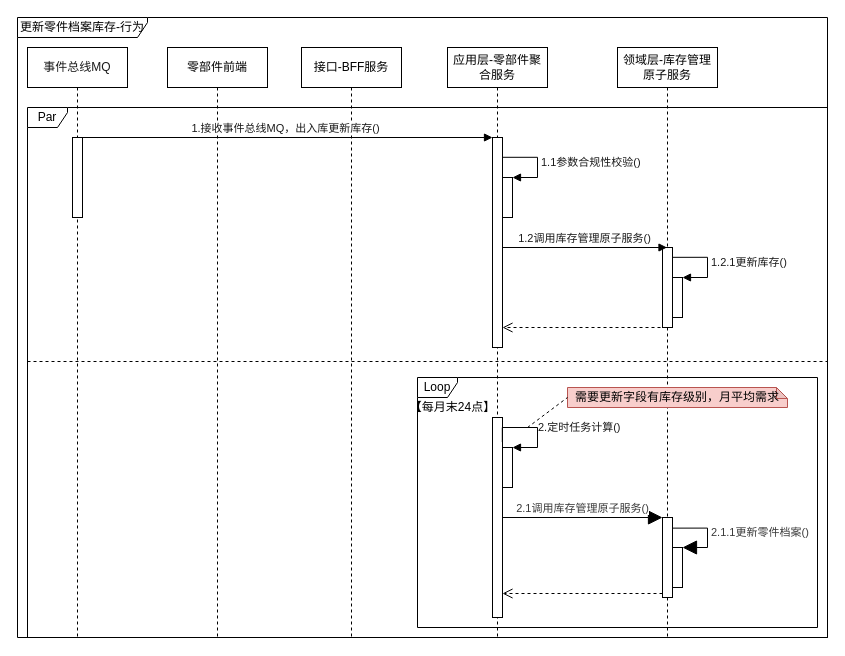
1132489442/gitRepository1 keeps this draw.io diagram as page "更新库存-行为" (3 of 6) of 库存管理-零件档案管理.drawio. Above is the earlier version. Source tidied: cells renumbered, new cells numbered last; positions are measured from the earlier drawing's top-left corner, leaving out a move shared by most shapes. Both pictures are drawn from the tidied source at 100%, with x=0, y=0 at pixel (17, 17).
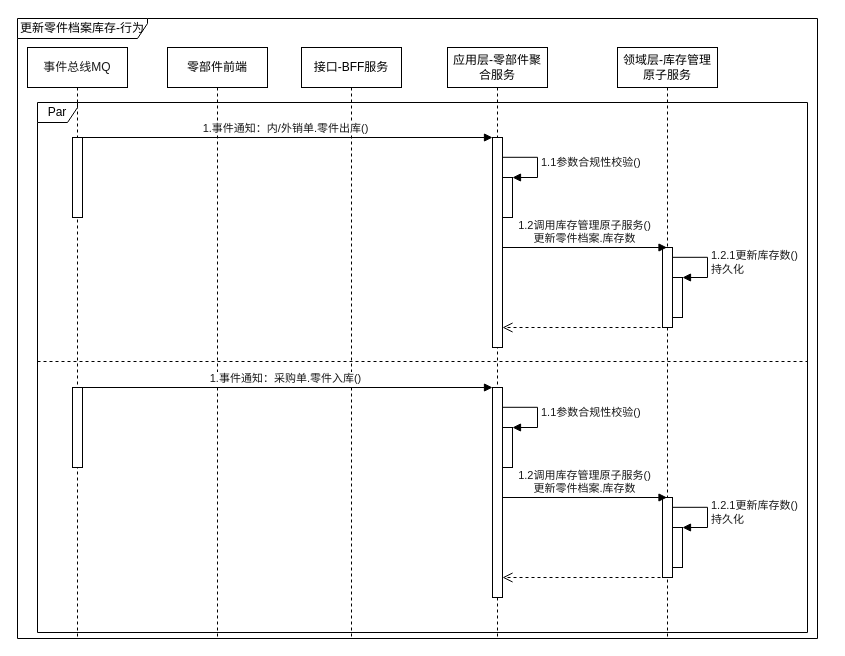
Above is the later version.

The change refers to these unchanged cells:
```xml
<mxCell id="4" value="领域层-库存管理原子服务" style="shape=umlLifeline;perimeter=lifelinePerimeter;whiteSpace=wrap;html=1;fillColor=#FFFFFF;" parent="1" vertex="1">
  <mxGeometry x="600" y="30" width="100" height="590" as="geometry" />
</mxCell>
<mxCell id="10" style="html=1;points=[];perimeter=orthogonalPerimeter;fontColor=#1A1A1A;fillColor=#FFFFFF;" parent="9" vertex="1">
  <mxGeometry x="45" y="90" width="10" height="210" as="geometry" />
</mxCell>
<mxCell id="11" value="事件总线MQ" style="shape=umlLifeline;perimeter=lifelinePerimeter;whiteSpace=wrap;html=1;outlineConnect=0;fontColor=#1A1A1A;fillColor=#FFFFFF;" parent="1" vertex="1">
  <mxGeometry x="10" y="30" width="100" height="590" as="geometry" />
</mxCell>
<mxCell id="14" style="html=1;points=[];perimeter=orthogonalPerimeter;fontColor=#1A1A1A;fillColor=#FFFFFF;" parent="1" vertex="1">
  <mxGeometry x="645" y="230" width="10" height="80" as="geometry" />
</mxCell>
<mxCell id="15" style="html=1;points=[];perimeter=orthogonalPerimeter;fontColor=#1A1A1A;fillColor=#FFFFFF;" parent="1" vertex="1">
  <mxGeometry x="655" y="260" width="10" height="40" as="geometry" />
</mxCell>
```

The edit, as a diff of the source:
```diff
@@
-    <mxCell id="6" style="html=1;points=[];perimeter=orthogonalPerimeter;fontColor=#393939;fillColor=#FFFFFF;" parent="4" vertex="1">
-      <mxGeometry x="45" y="470" width="10" height="80" as="geometry" />
-    </mxCell>
-    <mxCell id="7" style="html=1;points=[];perimeter=orthogonalPerimeter;fontColor=#393939;fillColor=#FFFFFF;" parent="4" vertex="1">
-      <mxGeometry x="55" y="500" width="10" height="40" as="geometry" />
-    </mxCell>
-    <mxCell id="8" value="2.1.1更新零件档案()" style="edgeStyle=orthogonalEdgeStyle;html=1;align=left;spacingLeft=2;endArrow=block;rounded=0;entryX=1;entryY=0;fontColor=#393939;startSize=14;endSize=12;exitX=0.981;exitY=0.133;exitDx=0;exitDy=0;exitPerimeter=0;" parent="4" edge="1" source="6" target="7">
-      <mxGeometry relative="1" as="geometry">
-        <Array as="points">
-          <mxPoint x="90" y="481" />
-          <mxPoint x="90" y="500" />
-        </Array>
-      </mxGeometry>
-    </mxCell>
@@
-    <mxCell id="13" value="1.接收事件总线MQ，出入库更新库存()" style="html=1;verticalAlign=bottom;endArrow=block;entryX=0;entryY=0;rounded=0;fontColor=#1A1A1A;" parent="1" edge="1" source="11" target="10">
+    <mxCell id="13" value="1.事件通知：内/外销单.零件出库()" style="html=1;verticalAlign=bottom;endArrow=block;entryX=0;entryY=0;rounded=0;fontColor=#1A1A1A;" parent="1" edge="1" source="11" target="10">
       <mxGeometry relative="1" as="geometry" />
     </mxCell>
@@
-    <mxCell id="16" value="1.2.1更新库存()" style="edgeStyle=orthogonalEdgeStyle;html=1;align=left;spacingLeft=2;endArrow=block;rounded=0;entryX=1;entryY=0;fontColor=#1A1A1A;exitX=0.982;exitY=0.123;exitDx=0;exitDy=0;exitPerimeter=0;" parent="1" edge="1" source="14" target="15">
+    <mxCell id="16" value="1.2.1更新库存数()&lt;br&gt;持久化" style="edgeStyle=orthogonalEdgeStyle;html=1;align=left;spacingLeft=2;endArrow=block;rounded=0;entryX=1;entryY=0;fontColor=#1A1A1A;exitX=0.982;exitY=0.123;exitDx=0;exitDy=0;exitPerimeter=0;" parent="1" edge="1" source="14" target="15">
       <mxGeometry relative="1" as="geometry">
         <Array as="points">
           <mxPoint x="690" y="240" />
           <mxPoint x="690" y="260" />
         </Array>
       </mxGeometry>
     </mxCell>
-    <mxCell id="17" value="1.2调用库存管理原子服务()" style="html=1;verticalAlign=bottom;endArrow=block;rounded=0;fontColor=#1A1A1A;" parent="1" edge="1">
+    <mxCell id="17" value="1.2调用库存管理原子服务()&lt;br&gt;更新零件档案.库存数" style="html=1;verticalAlign=bottom;endArrow=block;rounded=0;fontColor=#1A1A1A;" parent="1" edge="1">
       <mxGeometry relative="1" as="geometry">
         <mxPoint x="485" y="230" as="sourcePoint" />
         <mxPoint x="649.5" y="230" as="targetPoint" />
       </mxGeometry>
     </mxCell>
@@
-    <mxCell id="20" style="html=1;points=[];perimeter=orthogonalPerimeter;fontColor=#1A1A1A;fillColor=#FFFFFF;" parent="1" vertex="1">
-      <mxGeometry x="475" y="400" width="10" height="200" as="geometry" />
-    </mxCell>
-    <mxCell id="21" style="html=1;points=[];perimeter=orthogonalPerimeter;fontColor=#1A1A1A;fillColor=#FFFFFF;" parent="1" vertex="1">
-      <mxGeometry x="485" y="430" width="10" height="40" as="geometry" />
-    </mxCell>
-    <mxCell id="22" value="2.定时任务计算()" style="edgeStyle=orthogonalEdgeStyle;html=1;align=left;spacingLeft=2;endArrow=block;rounded=0;entryX=1;entryY=0;fontColor=#1A1A1A;exitX=0.982;exitY=0.123;exitDx=0;exitDy=0;exitPerimeter=0;" parent="1" edge="1" source="20" target="21">
-      <mxGeometry relative="1" as="geometry">
-        <Array as="points">
-          <mxPoint x="520" y="410" />
-          <mxPoint x="520" y="430" />
-        </Array>
-      </mxGeometry>
-    </mxCell>
-    <mxCell id="23" value="&lt;span style=&quot;color: rgb(0 , 0 , 0)&quot;&gt;Loop&lt;/span&gt;" style="shape=umlFrame;whiteSpace=wrap;html=1;fontColor=#393939;fillColor=#FFFFFF;width=40;height=20;" parent="1" vertex="1">
-      <mxGeometry x="400" y="360" width="400" height="250" as="geometry" />
-    </mxCell>
-    <mxCell id="24" value="2.1调用库存管理原子服务()" style="html=1;verticalAlign=bottom;endArrow=block;entryX=0;entryY=0;rounded=0;fontColor=#393939;startSize=14;endSize=12;" parent="1" edge="1" target="6">
-      <mxGeometry relative="1" as="geometry">
-        <mxPoint x="485" y="500" as="sourcePoint" />
-      </mxGeometry>
-    </mxCell>
-    <mxCell id="25" style="html=1;verticalAlign=bottom;endArrow=open;dashed=1;endSize=8;exitX=0;exitY=0.95;rounded=0;fontColor=#393939;" parent="1" edge="1" source="6">
-      <mxGeometry relative="1" as="geometry">
-        <mxPoint x="485" y="576" as="targetPoint" />
-      </mxGeometry>
-    </mxCell>
-    <mxCell id="26" value="&lt;span style=&quot;color: rgb(0 , 0 , 0)&quot;&gt;需要更新字段有库存级别，月平均需求&lt;/span&gt;" style="shape=note;whiteSpace=wrap;html=1;backgroundOutline=1;darkOpacity=0.05;fillColor=#f8cecc;size=11;strokeColor=#b85450;" parent="1" vertex="1">
-      <mxGeometry x="550" y="370" width="220" height="20" as="geometry" />
-    </mxCell>
-    <mxCell id="27" style="endArrow=none;dashed=1;html=1;rounded=0;fontColor=#393939;startSize=14;endSize=12;entryX=0;entryY=0.5;entryDx=0;entryDy=0;entryPerimeter=0;" parent="1" edge="1" target="26">
-      <mxGeometry relative="1" as="geometry">
-        <mxPoint x="510" y="410" as="sourcePoint" />
-      </mxGeometry>
-    </mxCell>
-    <mxCell id="28" value="【&lt;span&gt;每月末24点&lt;/span&gt;】" style="text;html=1;align=center;verticalAlign=middle;strokeColor=none;fillColor=none;" parent="1" vertex="1">
-      <mxGeometry x="385" y="380" width="100" height="20" as="geometry" />
-    </mxCell>
-    <mxCell id="29" style="line;strokeWidth=1;fillColor=none;align=left;verticalAlign=middle;spacingTop=-1;spacingLeft=3;spacingRight=3;labelPosition=right;dashed=1;" parent="1" vertex="1">
-      <mxGeometry x="10" y="340" width="800" height="8" as="geometry" />
-    </mxCell>
     <mxCell id="30" value="Par" style="shape=umlFrame;whiteSpace=wrap;html=1;width=40;height=20;" parent="1" vertex="1">
-      <mxGeometry x="10" y="90" width="800" height="530" as="geometry" />
+      <mxGeometry x="20" y="85" width="770" height="530" as="geometry" />
     </mxCell>
     <mxCell id="31" value="更新零件档案库存-行为" style="shape=umlFrame;whiteSpace=wrap;html=1;width=130;height=20;" parent="1" vertex="1">
-      <mxGeometry width="810" height="620" as="geometry" />
+      <mxGeometry y="1" width="800" height="620" as="geometry" />
     </mxCell>
+    <mxCell id="32" style="html=1;verticalAlign=bottom;endArrow=open;dashed=1;endSize=8;rounded=0;fontColor=#1A1A1A;" parent="1" edge="1" target="33">
+      <mxGeometry relative="1" as="geometry">
+        <mxPoint x="655" y="560" as="sourcePoint" />
+      </mxGeometry>
+    </mxCell>
+    <mxCell id="33" style="html=1;points=[];perimeter=orthogonalPerimeter;fontColor=#1A1A1A;fillColor=#FFFFFF;" parent="1" vertex="1">
+      <mxGeometry x="475" y="370" width="10" height="210" as="geometry" />
+    </mxCell>
+    <mxCell id="34" style="html=1;perimeter=orthogonalPerimeter;fontColor=#1A1A1A;fillColor=#FFFFFF;" parent="1" vertex="1">
+      <mxGeometry x="55" y="370" width="10" height="80" as="geometry" />
+    </mxCell>
+    <mxCell id="35" value="1.事件通知：采购单.零件入库()" style="html=1;verticalAlign=bottom;endArrow=block;entryX=0;entryY=0;rounded=0;fontColor=#1A1A1A;" parent="1" edge="1" target="33">
+      <mxGeometry relative="1" as="geometry">
+        <mxPoint x="59.8" y="370" as="sourcePoint" />
+      </mxGeometry>
+    </mxCell>
+    <mxCell id="36" style="html=1;points=[];perimeter=orthogonalPerimeter;fontColor=#1A1A1A;fillColor=#FFFFFF;" parent="1" vertex="1">
+      <mxGeometry x="645" y="480" width="10" height="80" as="geometry" />
+    </mxCell>
+    <mxCell id="37" style="html=1;points=[];perimeter=orthogonalPerimeter;fontColor=#1A1A1A;fillColor=#FFFFFF;" parent="1" vertex="1">
+      <mxGeometry x="655" y="510" width="10" height="40" as="geometry" />
+    </mxCell>
+    <mxCell id="38" value="1.2.1更新库存数()&lt;br&gt;持久化" style="edgeStyle=orthogonalEdgeStyle;html=1;align=left;spacingLeft=2;endArrow=block;rounded=0;entryX=1;entryY=0;fontColor=#1A1A1A;exitX=0.982;exitY=0.123;exitDx=0;exitDy=0;exitPerimeter=0;" parent="1" edge="1" source="36" target="37">
+      <mxGeometry relative="1" as="geometry">
+        <Array as="points">
+          <mxPoint x="690" y="490" />
+          <mxPoint x="690" y="510" />
+        </Array>
+      </mxGeometry>
+    </mxCell>
+    <mxCell id="39" value="1.2调用库存管理原子服务()&lt;br&gt;更新零件档案.库存数" style="html=1;verticalAlign=bottom;endArrow=block;rounded=0;fontColor=#1A1A1A;" parent="1" edge="1">
+      <mxGeometry relative="1" as="geometry">
+        <mxPoint x="485" y="480" as="sourcePoint" />
+        <mxPoint x="649.5" y="480" as="targetPoint" />
+      </mxGeometry>
+    </mxCell>
+    <mxCell id="40" style="html=1;points=[];perimeter=orthogonalPerimeter;fontColor=#1A1A1A;fillColor=#FFFFFF;" parent="1" vertex="1">
+      <mxGeometry x="485" y="410" width="10" height="40" as="geometry" />
+    </mxCell>
+    <mxCell id="41" value="1.1参数合规性校验()" style="edgeStyle=orthogonalEdgeStyle;html=1;align=left;spacingLeft=2;endArrow=block;rounded=0;entryX=1;entryY=0;fontColor=#1A1A1A;exitX=0.982;exitY=0.123;exitDx=0;exitDy=0;exitPerimeter=0;" parent="1" edge="1" target="40">
+      <mxGeometry relative="1" as="geometry">
+        <mxPoint x="484.8" y="389.8" as="sourcePoint" />
+        <Array as="points">
+          <mxPoint x="520" y="390" />
+          <mxPoint x="520" y="410" />
+        </Array>
+      </mxGeometry>
+    </mxCell>
+    <mxCell id="42" style="line;strokeWidth=1;fillColor=none;align=left;verticalAlign=middle;spacingTop=-1;spacingLeft=3;spacingRight=3;labelPosition=right;dashed=1;" parent="1" vertex="1">
+      <mxGeometry x="20" y="340" width="770" height="8" as="geometry" />
+    </mxCell>
```
